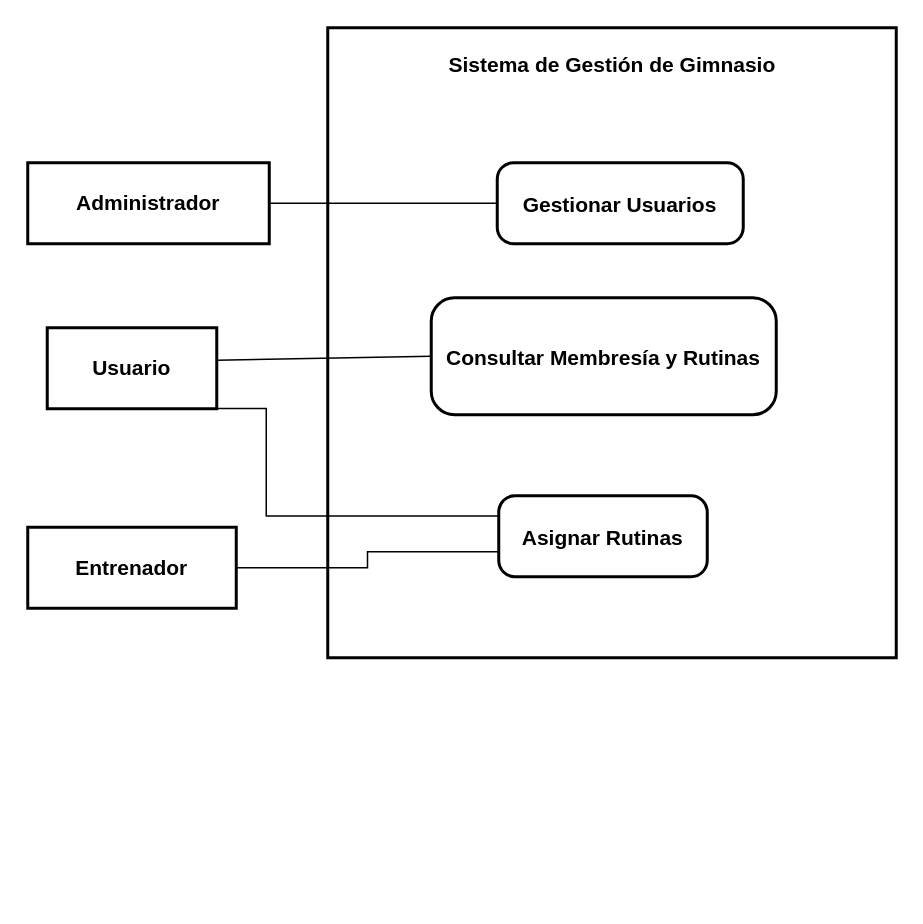
The draw.io diagram Caso de uso general.drawio in RogerNegrete/sistemas-distribuidos, before the edit. Source tidied: cells renumbered, new cells numbered last; positions are measured from the earlier drawing's top-left corner, leaving out a move shared by most shapes. Both pictures are drawn from the tidied source at 150%, with x=0, y=0 at pixel (27, 27).
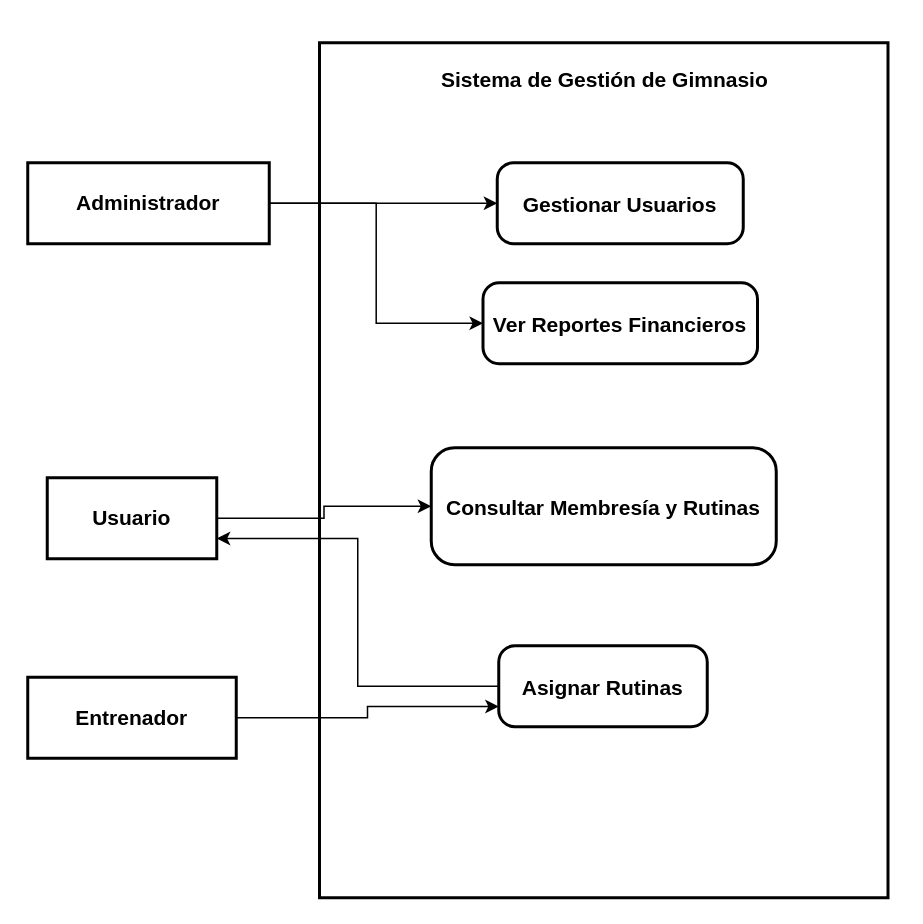
The same diagram, later.

Diff of the diagram source:
```diff
@@
 <mxGraphModel>
   <root>
     <mxCell id="0" />
     <mxCell id="1" parent="0" />
     <mxCell id="2" style="whiteSpace=wrap;strokeWidth=2;" parent="1" vertex="1">
-      <mxGeometry x="200" width="379" height="420" as="geometry" />
+      <mxGeometry x="194.5" y="10" width="379" height="570" as="geometry" />
     </mxCell>
+    <mxCell id="14" style="rounded=0;jettySize=auto;html=1;entryX=0;entryY=0.5;entryDx=0;entryDy=0;shape=filledEdge;edgeStyle=orthogonalEdgeStyle;" parent="1" edge="1" source="3" target="16">
+      <mxGeometry relative="1" as="geometry" />
+    </mxCell>
+    <mxCell id="9" style="edgeStyle=orthogonalEdgeStyle;rounded=0;jettySize=auto;html=1;exitX=1;exitY=0.5;exitDx=0;exitDy=0;entryX=0;entryY=0.5;entryDx=0;entryDy=0;" parent="1" edge="1" source="3" target="6">
+      <mxGeometry relative="1" as="geometry" />
+    </mxCell>
     <mxCell id="3" value="Administrador" style="whiteSpace=wrap;strokeWidth=2;fontSize=14;fontStyle=1;" parent="1" vertex="1">
       <mxGeometry y="90" width="161" height="54" as="geometry" />
     </mxCell>
+    <mxCell id="12" style="edgeStyle=orthogonalEdgeStyle;rounded=0;jettySize=auto;html=1;exitX=1;exitY=0.5;exitDx=0;exitDy=0;entryX=0;entryY=0.75;entryDx=0;entryDy=0;" parent="1" edge="1" source="4" target="8">
+      <mxGeometry relative="1" as="geometry" />
+    </mxCell>
     <mxCell id="4" value="Entrenador" style="whiteSpace=wrap;strokeWidth=2;fontSize=14;fontStyle=1;" parent="1" vertex="1">
-      <mxGeometry y="333" width="139" height="54" as="geometry" />
+      <mxGeometry y="433" width="139" height="54" as="geometry" />
     </mxCell>
+    <mxCell id="10" style="edgeStyle=orthogonalEdgeStyle;rounded=0;jettySize=auto;html=1;exitX=1;exitY=0.5;exitDx=0;exitDy=0;entryX=0;entryY=0.5;entryDx=0;entryDy=0;" parent="1" edge="1" source="5" target="7">
+      <mxGeometry relative="1" as="geometry" />
+    </mxCell>
     <mxCell id="5" value="Usuario" style="whiteSpace=wrap;strokeWidth=2;fontSize=14;fontStyle=1;" parent="1" vertex="1">
-      <mxGeometry x="13" y="200" width="113" height="54" as="geometry" />
+      <mxGeometry x="13" y="300" width="113" height="54" as="geometry" />
     </mxCell>
     <mxCell id="6" value="Gestionar Usuarios" style="rounded=1;arcSize=20;strokeWidth=2;fontSize=14;fontStyle=1;" parent="1" vertex="1">
       <mxGeometry x="313" y="90" width="164" height="54" as="geometry" />
     </mxCell>
     <mxCell id="7" value="Consultar Membresía y Rutinas" style="rounded=1;arcSize=20;strokeWidth=2;fontSize=14;fontStyle=1;" parent="1" vertex="1">
-      <mxGeometry x="269" y="180" width="230" height="78" as="geometry" />
+      <mxGeometry x="269" y="280" width="230" height="78" as="geometry" />
     </mxCell>
+    <mxCell id="15" style="edgeStyle=orthogonalEdgeStyle;rounded=0;jettySize=auto;html=1;exitX=0;exitY=0.5;exitDx=0;exitDy=0;entryX=1;entryY=0.75;entryDx=0;entryDy=0;" parent="1" edge="1" source="8" target="5">
+      <mxGeometry relative="1" as="geometry" />
+    </mxCell>
     <mxCell id="8" value="Asignar Rutinas" style="rounded=1;arcSize=20;strokeWidth=2;fontSize=14;fontStyle=1;" parent="1" vertex="1">
-      <mxGeometry x="314" y="312" width="139" height="54" as="geometry" />
+      <mxGeometry x="314" y="412" width="139" height="54" as="geometry" />
     </mxCell>
-    <mxCell id="9" style="startArrow=none;endArrow=none;exitX=1;exitY=0.5;entryX=0;entryY=0.5;rounded=0;edgeStyle=orthogonalEdgeStyle;" parent="1" edge="1" source="3" target="6">
-      <mxGeometry relative="1" as="geometry" />
-    </mxCell>
-    <mxCell id="10" style="startArrow=none;endArrow=none;exitX=1;exitY=0.4;entryX=0;entryY=0.5;rounded=0;" parent="1" edge="1" source="5" target="7">
-      <mxGeometry relative="1" as="geometry" />
-    </mxCell>
-    <mxCell id="11" style="startArrow=none;endArrow=none;entryX=0;entryY=0.25;rounded=0;edgeStyle=orthogonalEdgeStyle;entryDx=0;entryDy=0;exitX=1.006;exitY=0.998;exitDx=0;exitDy=0;exitPerimeter=0;" parent="1" edge="1" source="5" target="8">
-      <mxGeometry relative="1" as="geometry">
-        <Array as="points">
-          <mxPoint x="159" y="254" />
-          <mxPoint x="159" y="326" />
-        </Array>
-      </mxGeometry>
-    </mxCell>
-    <mxCell id="12" style="startArrow=none;endArrow=none;exitX=1;exitY=0.5;entryX=0;entryY=0.69;rounded=0;edgeStyle=orthogonalEdgeStyle;" parent="1" edge="1" source="4" target="8">
-      <mxGeometry relative="1" as="geometry" />
-    </mxCell>
     <mxCell id="13" value="&lt;div style=&quot;text-align: center;&quot;&gt;&lt;span style=&quot;background-color: transparent; font-size: 14px;&quot;&gt;&lt;b&gt;Sistema de Gestión de Gimnasio&lt;/b&gt;&lt;/span&gt;&lt;/div&gt;" style="text;whiteSpace=wrap;html=1;" parent="1" vertex="1">
-      <mxGeometry x="279" y="10" width="220" height="40" as="geometry" />
+      <mxGeometry x="274" y="20" width="220" height="40" as="geometry" />
     </mxCell>
+    <mxCell id="16" value="Ver Reportes Financieros" style="rounded=1;arcSize=20;strokeWidth=2;fontSize=14;fontStyle=1;" parent="1" vertex="1">
+      <mxGeometry x="303.5" y="170" width="183" height="54" as="geometry" />
+    </mxCell>
   </root>
 </mxGraphModel>
```
